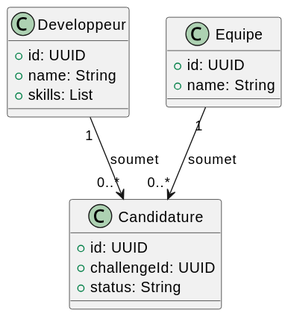
The PlantUML diagram docs/Diagrams/Participants/ms2-participants-class.svg in reemslama/mini-projet-web, before a commit.
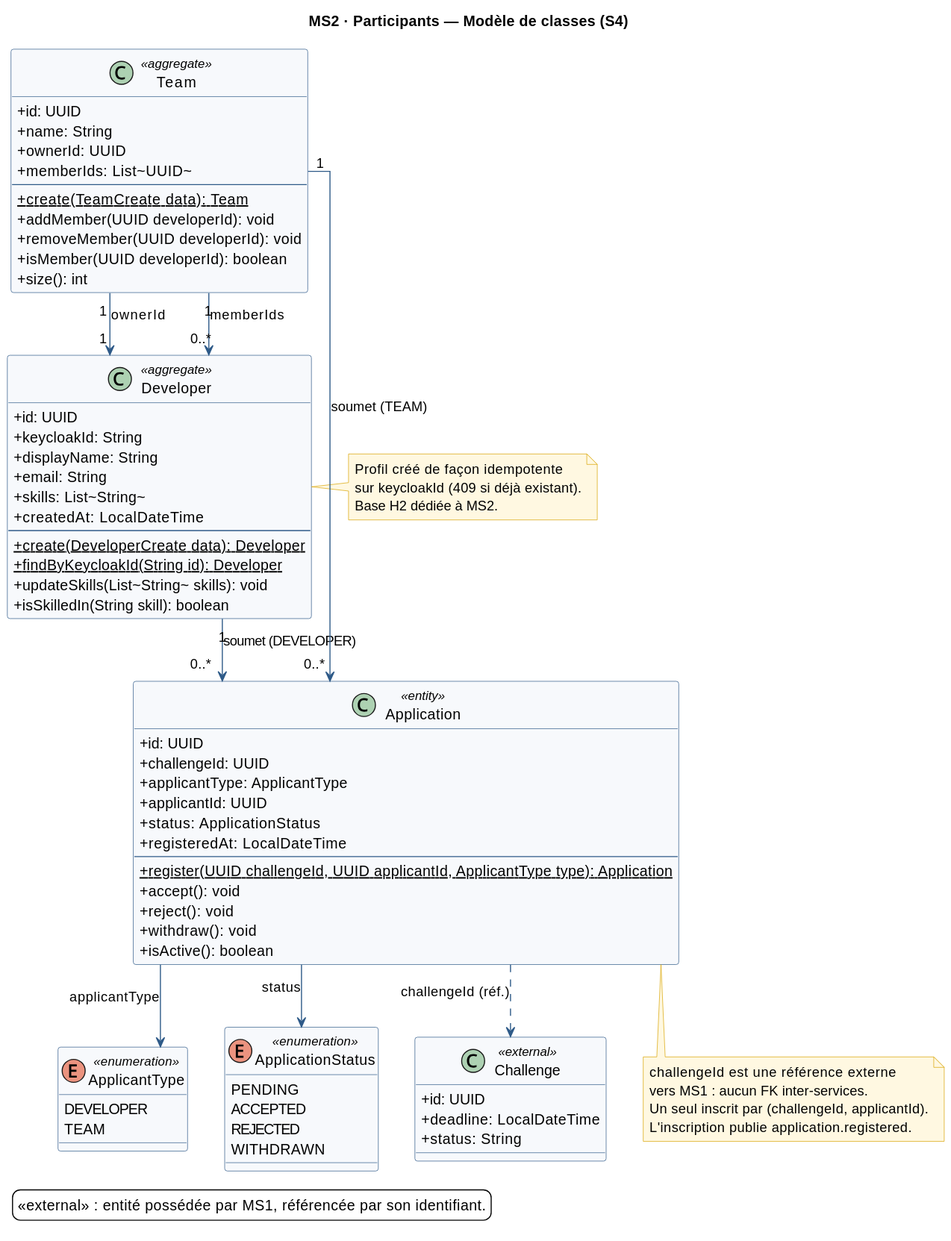
Later version of the same file.

The edit, as a diff of the source:
```diff
@@ -1,22 +1,100 @@
 @startuml
+title MS2 · Participants — Modèle de classes (S4)
+
 skinparam backgroundColor #FFFFFF
-class Developpeur {
+skinparam classAttributeIconSize 0
+skinparam shadowing false
+skinparam linetype ortho
+skinparam ClassBackgroundColor #F7F9FC
+skinparam ClassBorderColor #2E5A88
+skinparam ArrowColor #2E5A88
+skinparam FontName Helvetica
+skinparam FontSize 12
+skinparam NoteBackgroundColor #FFF8E1
+skinparam NoteBorderColor #D9A400
+
+enum ApplicantType <<enumeration>> {
+  DEVELOPER
+  TEAM
+}
+
+enum ApplicationStatus <<enumeration>> {
+  PENDING
+  ACCEPTED
+  REJECTED
+  WITHDRAWN
+}
+
+class Developer <<aggregate>> {
+  +id: UUID
+  +keycloakId: String
+  +displayName: String
+  +email: String
+  +skills: List~String~
+  +createdAt: LocalDateTime
+  --
+  +create(DeveloperCreate data): Developer {static}
+  +findByKeycloakId(String id): Developer {static}
+  +updateSkills(List~String~ skills): void
+  +isSkilledIn(String skill): boolean
+}
+
+class Team <<aggregate>> {
   +id: UUID
   +name: String
-  +skills: List
+  +ownerId: UUID
+  +memberIds: List~UUID~
+  --
+  +create(TeamCreate data): Team {static}
+  +addMember(UUID developerId): void
+  +removeMember(UUID developerId): void
+  +isMember(UUID developerId): boolean
+  +size(): int
 }
 
-class Equipe {
+class Application <<entity>> {
   +id: UUID
-  +name: String
+  +challengeId: UUID
+  +applicantType: ApplicantType
+  +applicantId: UUID
+  +status: ApplicationStatus
+  +registeredAt: LocalDateTime
+  --
+  +register(UUID challengeId, UUID applicantId, ApplicantType type): Application {static}
+  +accept(): void
+  +reject(): void
+  +withdraw(): void
+  +isActive(): boolean
 }
 
-class Candidature {
+class Challenge <<external>> {
   +id: UUID
-  +challengeId: UUID
+  +deadline: LocalDateTime
   +status: String
 }
 
-Developpeur "1" --> "0..*" Candidature : soumet
-Equipe "1" --> "0..*" Candidature : soumet
+Developer "1" --> "0..*" Application : soumet (DEVELOPER)
+Team "1" --> "0..*" Application : soumet (TEAM)
+Team "1" --> "1" Developer : ownerId
+Team "1" --> "0..*" Developer : memberIds
+Application --> ApplicantType : applicantType
+Application --> ApplicationStatus : status
+Application ..> Challenge : challengeId (réf.)
+
+note right of Developer
+  Profil créé de façon idempotente
+  sur keycloakId (409 si déjà existant).
+  Base H2 dédiée à MS2.
+end note
+
+note bottom of Application
+  challengeId est une référence externe
+  vers MS1 : aucun FK inter-services.
+  Un seul inscrit par (challengeId, applicantId).
+  L'inscription publie application.registered.
+end note
+
+legend bottom left
+  <<external>> : entité possédée par MS1, référencée par son identifiant.
+end legend
 @enduml
```
